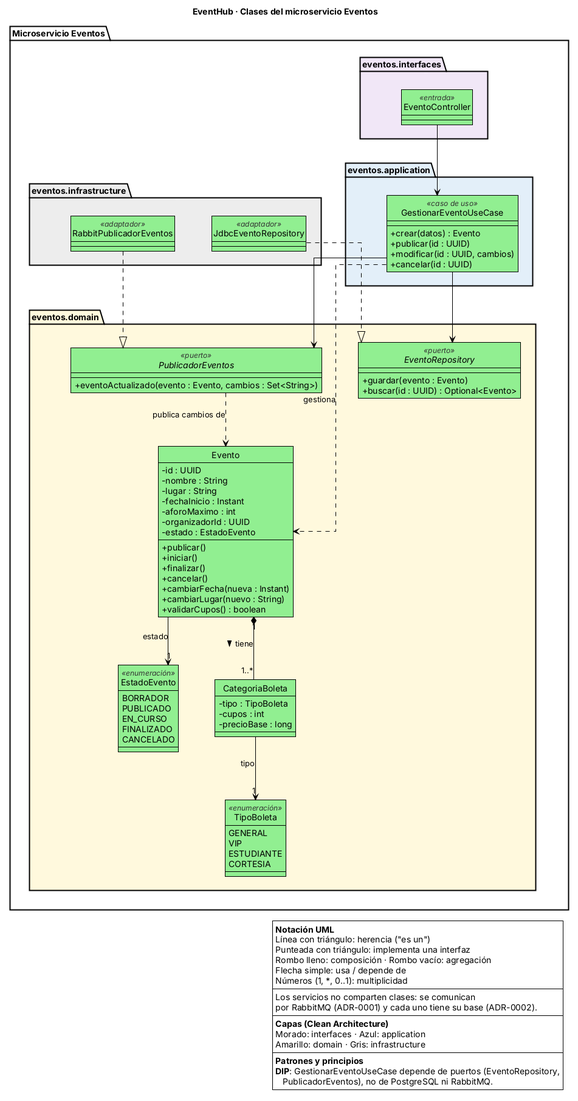
This is docs/diagramas/clases-eventos.png from vargasesc17/EventHub, a PlantUML export, as it was before one commit.
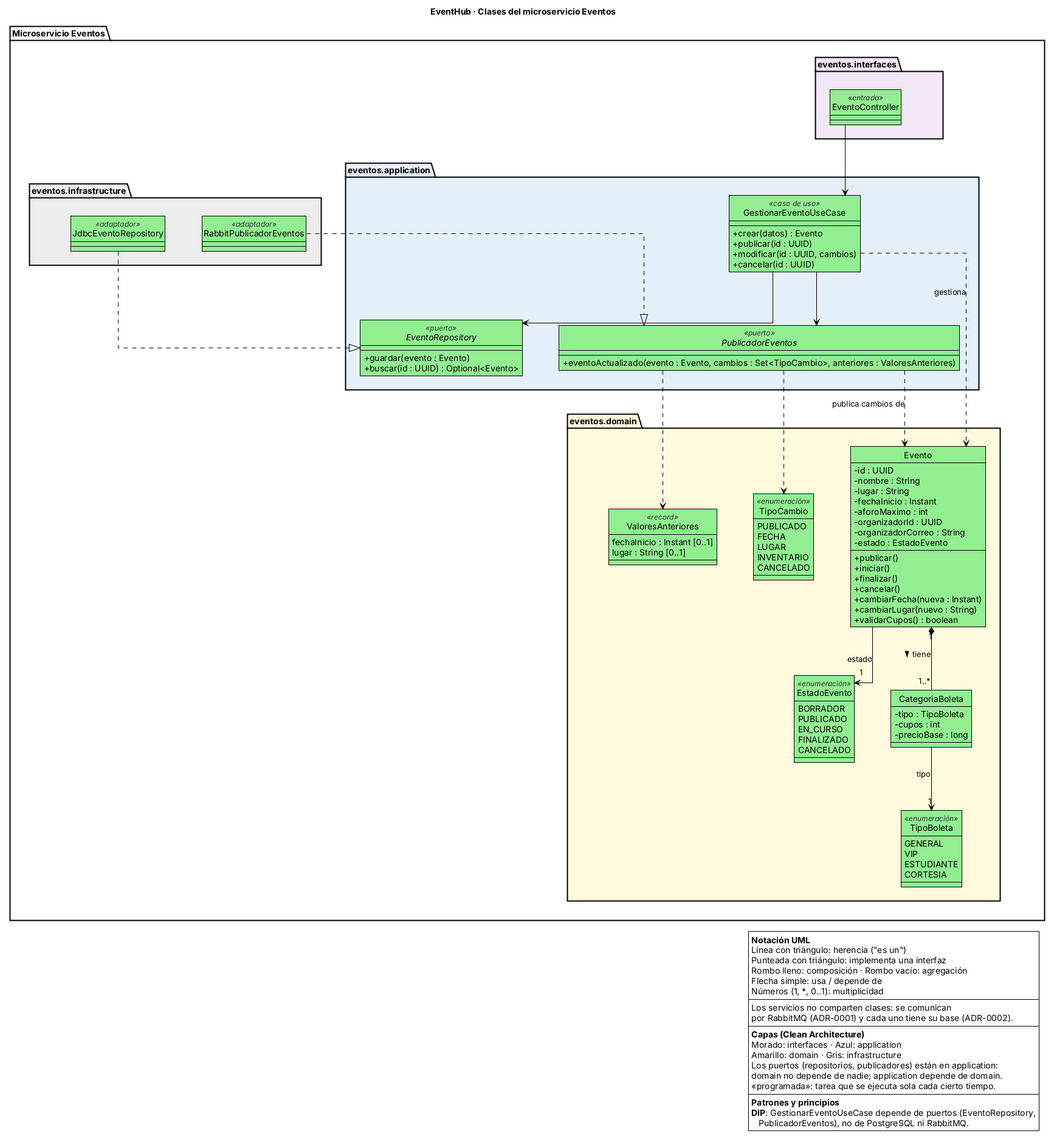
The same diagram one commit later.

Commit message:
docs(diagramas): aplicar revisión: puertos en application, Compra en domain y estrategia de precio por categoría

Change to the diagram source:
```diff
@@ -54,6 +54,17 @@
       ESTUDIANTE
       CORTESIA
     }
+    enum TipoCambio <<enumeración>> {
+      PUBLICADO
+      FECHA
+      LUGAR
+      INVENTARIO
+      CANCELADO
+    }
+    class ValoresAnteriores <<record>> {
+      fechaInicio : Instant [0..1]
+      lugar : String [0..1]
+    }
     class Evento {
       - id : UUID
       - nombre : String
@@ -61,6 +72,7 @@
       - fechaInicio : Instant
       - aforoMaximo : int
       - organizadorId : UUID
+      - organizadorCorreo : String
       - estado : EstadoEvento
       + publicar()
       + iniciar()
@@ -75,15 +87,15 @@
       - cupos : int
       - precioBase : long
     }
+  }
+  package "eventos.application" as ev_app <<application>> {
     interface EventoRepository <<puerto>> {
       + guardar(evento : Evento)
       + buscar(id : UUID) : Optional<Evento>
     }
     interface PublicadorEventos <<puerto>> {
-      + eventoActualizado(evento : Evento, cambios : Set<String>)
+      + eventoActualizado(evento : Evento, cambios : Set<TipoCambio>, anteriores : ValoresAnteriores)
     }
-  }
-  package "eventos.application" as ev_app <<application>> {
     class GestionarEventoUseCase <<caso de uso>> {
       + crear(datos) : Evento
       + publicar(id : UUID)
@@ -110,6 +122,8 @@
 JdbcEventoRepository ..|> EventoRepository
 RabbitPublicadorEventos ..|> PublicadorEventos
 PublicadorEventos ..> Evento : publica cambios de
+PublicadorEventos ..> TipoCambio
+PublicadorEventos ..> ValoresAnteriores
 
 
 ev_int -[hidden]down- ev_app
@@ -130,6 +144,9 @@
   **Capas (Clean Architecture)**
   Morado: interfaces · Azul: application
   Amarillo: domain · Gris: infrastructure
+  Los puertos (repositorios, publicadores) están en application:
+  domain no depende de nadie; application depende de domain.
+  «programada»: tarea que se ejecuta sola cada cierto tiempo.
   ----
   **Patrones y principios**
   **DIP**: GestionarEventoUseCase depende de puertos (EventoRepository,
```
